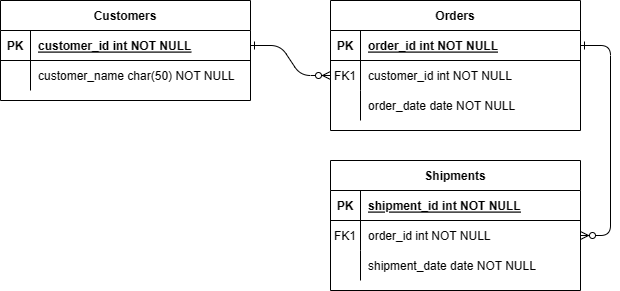
This is 제목 없는 다이어그램.drawio.png from dmswlb/shinhan_project1, a draw.io export, as it was before one commit. Source tidied: cells renumbered, new cells last; positions are measured from the earlier drawing's top-left corner, leaving out a move shared by most shapes. The source it was exported from:
```xml
<mxGraphModel>
  <root>
    <mxCell id="0" />
    <mxCell id="1" parent="0" />
    <mxCell id="2" style="edgeStyle=entityRelationEdgeStyle;endArrow=ERzeroToMany;startArrow=ERone;endFill=1;startFill=0;" parent="1" edge="1" source="25" target="8">
      <mxGeometry relative="1" as="geometry" />
    </mxCell>
    <mxCell id="3" style="edgeStyle=entityRelationEdgeStyle;endArrow=ERzeroToMany;startArrow=ERone;endFill=1;startFill=0;" parent="1" edge="1" source="5" target="18">
      <mxGeometry relative="1" as="geometry" />
    </mxCell>
    <mxCell id="4" value="Orders" style="shape=table;startSize=30;rowLines=0;fontStyle=1;align=center;" parent="1" vertex="1">
      <mxGeometry x="330" width="250" height="130" as="geometry" />
    </mxCell>
    <mxCell id="5" style="shape=partialRectangle;fillColor=none;points=[[0,0.5],[1,0.5]];portConstraint=eastwest;top=0;left=0;right=0;bottom=1;" parent="4" vertex="1">
      <mxGeometry y="30" width="250" height="30" as="geometry" />
    </mxCell>
    <mxCell id="6" value="PK" style="shape=partialRectangle;overflow=hidden;fillColor=none;top=0;left=0;bottom=0;right=0;fontStyle=1;" parent="5" vertex="1">
      <mxGeometry width="30" height="30" as="geometry" />
    </mxCell>
    <mxCell id="7" value="order_id int NOT NULL " style="shape=partialRectangle;overflow=hidden;fillColor=none;top=0;left=0;bottom=0;right=0;align=left;spacingLeft=6;fontStyle=5;" parent="5" vertex="1">
      <mxGeometry x="30" width="220" height="30" as="geometry" />
    </mxCell>
    <mxCell id="8" style="shape=partialRectangle;fillColor=none;points=[[0,0.5],[1,0.5]];portConstraint=eastwest;top=0;left=0;right=0;bottom=0;" parent="4" vertex="1">
      <mxGeometry y="60" width="250" height="30" as="geometry" />
    </mxCell>
    <mxCell id="9" value="FK1" style="shape=partialRectangle;overflow=hidden;fillColor=none;top=0;left=0;bottom=0;right=0;" parent="8" vertex="1">
      <mxGeometry width="30" height="30" as="geometry" />
    </mxCell>
    <mxCell id="10" value="customer_id int NOT NULL" style="shape=partialRectangle;overflow=hidden;fillColor=none;top=0;left=0;bottom=0;right=0;align=left;spacingLeft=6;" parent="8" vertex="1">
      <mxGeometry x="30" width="220" height="30" as="geometry" />
    </mxCell>
    <mxCell id="11" style="shape=partialRectangle;fillColor=none;top=0;left=0;right=0;bottom=0;" parent="4" vertex="1">
      <mxGeometry y="90" width="250" height="30" as="geometry" />
    </mxCell>
    <mxCell id="12" style="shape=partialRectangle;overflow=hidden;fillColor=none;top=0;left=0;bottom=0;right=0;" parent="11" vertex="1">
      <mxGeometry width="30" height="30" as="geometry" />
    </mxCell>
    <mxCell id="13" value="order_date date NOT NULL" style="shape=partialRectangle;overflow=hidden;fillColor=none;top=0;left=0;bottom=0;right=0;align=left;spacingLeft=6;" parent="11" vertex="1">
      <mxGeometry x="30" width="220" height="30" as="geometry" />
    </mxCell>
    <mxCell id="14" value="Shipments" style="shape=table;startSize=30;rowLines=0;fontStyle=1;align=center;" parent="1" vertex="1">
      <mxGeometry x="330" y="160" width="250" height="130" as="geometry" />
    </mxCell>
    <mxCell id="15" style="shape=partialRectangle;fillColor=none;top=0;left=0;right=0;bottom=1;" parent="14" vertex="1">
      <mxGeometry y="30" width="250" height="30" as="geometry" />
    </mxCell>
    <mxCell id="16" value="PK" style="shape=partialRectangle;overflow=hidden;fillColor=none;top=0;left=0;bottom=0;right=0;fontStyle=1;" parent="15" vertex="1">
      <mxGeometry width="30" height="30" as="geometry" />
    </mxCell>
    <mxCell id="17" value="shipment_id int NOT NULL " style="shape=partialRectangle;overflow=hidden;fillColor=none;top=0;left=0;bottom=0;right=0;align=left;spacingLeft=6;fontStyle=5;" parent="15" vertex="1">
      <mxGeometry x="30" width="220" height="30" as="geometry" />
    </mxCell>
    <mxCell id="18" style="shape=partialRectangle;fillColor=none;points=[[0,0.5],[1,0.5]];portConstraint=eastwest;top=0;left=0;right=0;bottom=0;" parent="14" vertex="1">
      <mxGeometry y="60" width="250" height="30" as="geometry" />
    </mxCell>
    <mxCell id="19" value="FK1" style="shape=partialRectangle;overflow=hidden;fillColor=none;top=0;left=0;bottom=0;right=0;" parent="18" vertex="1">
      <mxGeometry width="30" height="30" as="geometry" />
    </mxCell>
    <mxCell id="20" value="order_id int NOT NULL" style="shape=partialRectangle;overflow=hidden;fillColor=none;top=0;left=0;bottom=0;right=0;align=left;spacingLeft=6;" parent="18" vertex="1">
      <mxGeometry x="30" width="220" height="30" as="geometry" />
    </mxCell>
    <mxCell id="21" style="shape=partialRectangle;fillColor=none;top=0;left=0;right=0;bottom=0;" parent="14" vertex="1">
      <mxGeometry y="90" width="250" height="30" as="geometry" />
    </mxCell>
    <mxCell id="22" style="shape=partialRectangle;overflow=hidden;fillColor=none;top=0;left=0;bottom=0;right=0;" parent="21" vertex="1">
      <mxGeometry width="30" height="30" as="geometry" />
    </mxCell>
    <mxCell id="23" value="shipment_date date NOT NULL" style="shape=partialRectangle;overflow=hidden;fillColor=none;top=0;left=0;bottom=0;right=0;align=left;spacingLeft=6;" parent="21" vertex="1">
      <mxGeometry x="30" width="220" height="30" as="geometry" />
    </mxCell>
    <mxCell id="24" value="Customers" style="shape=table;startSize=30;rowLines=0;fontStyle=1;align=center;" parent="1" vertex="1">
      <mxGeometry width="250" height="100" as="geometry" />
    </mxCell>
    <mxCell id="25" style="shape=partialRectangle;fillColor=none;points=[[0,0.5],[1,0.5]];portConstraint=eastwest;top=0;left=0;right=0;bottom=1;" parent="24" vertex="1">
      <mxGeometry y="30" width="250" height="30" as="geometry" />
    </mxCell>
    <mxCell id="26" value="PK" style="shape=partialRectangle;overflow=hidden;fillColor=none;top=0;left=0;bottom=0;right=0;fontStyle=1;" parent="25" vertex="1">
      <mxGeometry width="30" height="30" as="geometry" />
    </mxCell>
    <mxCell id="27" value="customer_id int NOT NULL " style="shape=partialRectangle;overflow=hidden;fillColor=none;top=0;left=0;bottom=0;right=0;align=left;spacingLeft=6;fontStyle=5;" parent="25" vertex="1">
      <mxGeometry x="30" width="220" height="30" as="geometry" />
    </mxCell>
    <mxCell id="28" style="shape=partialRectangle;fillColor=none;top=0;left=0;right=0;bottom=0;" parent="24" vertex="1">
      <mxGeometry y="60" width="250" height="30" as="geometry" />
    </mxCell>
    <mxCell id="29" style="shape=partialRectangle;overflow=hidden;fillColor=none;top=0;left=0;bottom=0;right=0;" parent="28" vertex="1">
      <mxGeometry width="30" height="30" as="geometry" />
    </mxCell>
    <mxCell id="30" value="customer_name char(50) NOT NULL" style="shape=partialRectangle;overflow=hidden;fillColor=none;top=0;left=0;bottom=0;right=0;align=left;spacingLeft=6;" parent="28" vertex="1">
      <mxGeometry x="30" width="220" height="30" as="geometry" />
    </mxCell>
  </root>
</mxGraphModel>
```
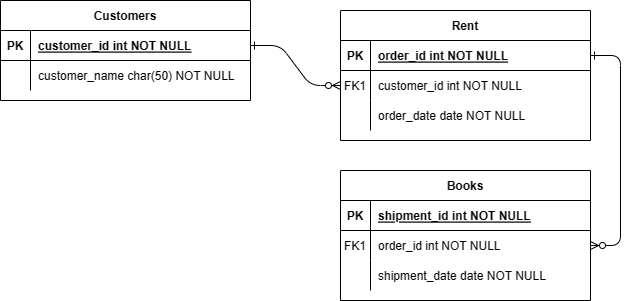
Later version of the same file.

Commit message:
BookRent 다이어그램.drawio.png 업데이트1

What changed in the source:
```diff
@@ -8,7 +8,7 @@
     <mxCell id="3" style="edgeStyle=entityRelationEdgeStyle;endArrow=ERzeroToMany;startArrow=ERone;endFill=1;startFill=0;" parent="1" edge="1" source="5" target="18">
       <mxGeometry relative="1" as="geometry" />
     </mxCell>
-    <mxCell id="4" value="Orders" style="shape=table;startSize=30;rowLines=0;fontStyle=1;align=center;" parent="1" vertex="1">
+    <mxCell id="4" value="Rent" style="shape=table;startSize=30;rowLines=0;fontStyle=1;align=center;" parent="1" vertex="1">
       <mxGeometry x="330" width="250" height="130" as="geometry" />
     </mxCell>
     <mxCell id="5" style="shape=partialRectangle;fillColor=none;points=[[0,0.5],[1,0.5]];portConstraint=eastwest;top=0;left=0;right=0;bottom=1;" parent="4" vertex="1">
@@ -38,7 +38,7 @@
     <mxCell id="13" value="order_date date NOT NULL" style="shape=partialRectangle;overflow=hidden;fillColor=none;top=0;left=0;bottom=0;right=0;align=left;spacingLeft=6;" parent="11" vertex="1">
       <mxGeometry x="30" width="220" height="30" as="geometry" />
     </mxCell>
-    <mxCell id="14" value="Shipments" style="shape=table;startSize=30;rowLines=0;fontStyle=1;align=center;" parent="1" vertex="1">
+    <mxCell id="14" value="Books" style="shape=table;startSize=30;rowLines=0;fontStyle=1;align=center;" parent="1" vertex="1">
       <mxGeometry x="330" y="160" width="250" height="130" as="geometry" />
     </mxCell>
     <mxCell id="15" style="shape=partialRectangle;fillColor=none;top=0;left=0;right=0;bottom=1;" parent="14" vertex="1">
@@ -69,7 +69,7 @@
       <mxGeometry x="30" width="220" height="30" as="geometry" />
     </mxCell>
     <mxCell id="24" value="Customers" style="shape=table;startSize=30;rowLines=0;fontStyle=1;align=center;" parent="1" vertex="1">
-      <mxGeometry width="250" height="100" as="geometry" />
+      <mxGeometry x="-10" y="-10" width="250" height="100" as="geometry" />
     </mxCell>
     <mxCell id="25" style="shape=partialRectangle;fillColor=none;points=[[0,0.5],[1,0.5]];portConstraint=eastwest;top=0;left=0;right=0;bottom=1;" parent="24" vertex="1">
       <mxGeometry y="30" width="250" height="30" as="geometry" />
```
